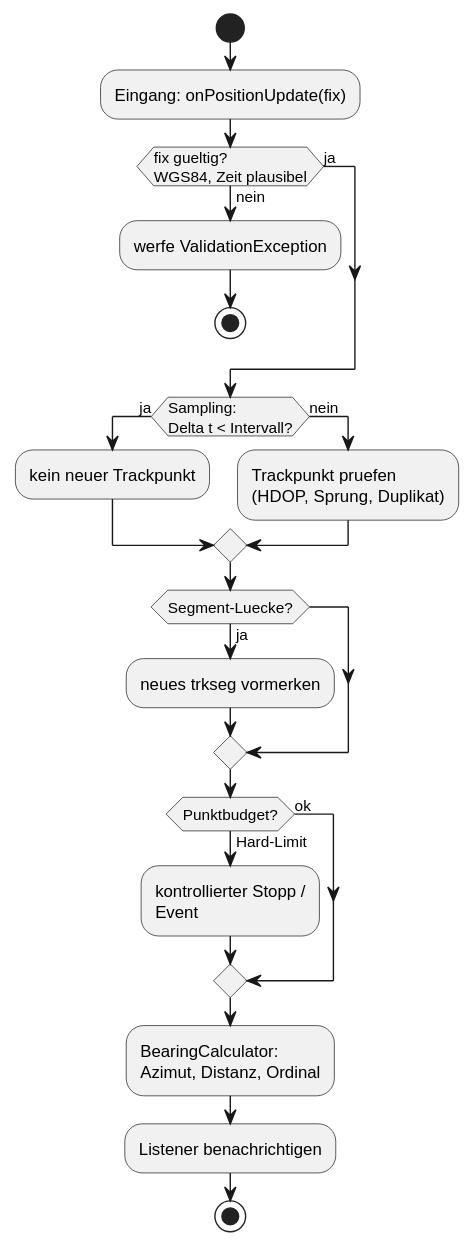
The PlantUML diagram Vorschrieb/plantuml/out/SWE_Kompass_Activity_PositionUpdate.svg in BenschD/SWE-Kompass, before a commit.
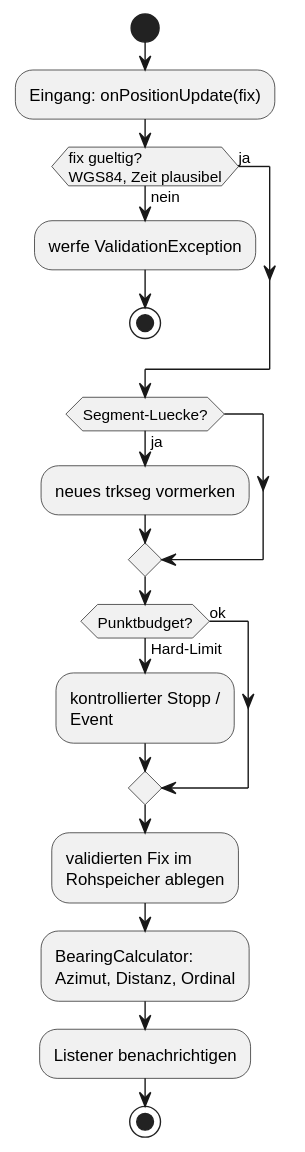
Above is the later version.

The edit, as a diff of the source:
```diff
@@ -8,11 +8,6 @@
   stop
 else (ja)
 endif
-if (Sampling:\nDelta t < Intervall?) then (ja)
-  :kein neuer Trackpunkt;
-else (nein)
-  :Trackpunkt pruefen\n(HDOP, Sprung, Duplikat);
-endif
 if (Segment-Luecke?) then (ja)
   :neues trkseg vormerken;
 endif
@@ -20,6 +15,7 @@
   :kontrollierter Stopp /\nEvent;
 else (ok)
 endif
+:validierten Fix im\nRohspeicher ablegen;
 :BearingCalculator:\nAzimut, Distanz, Ordinal;
 :Listener benachrichtigen;
 stop
```
